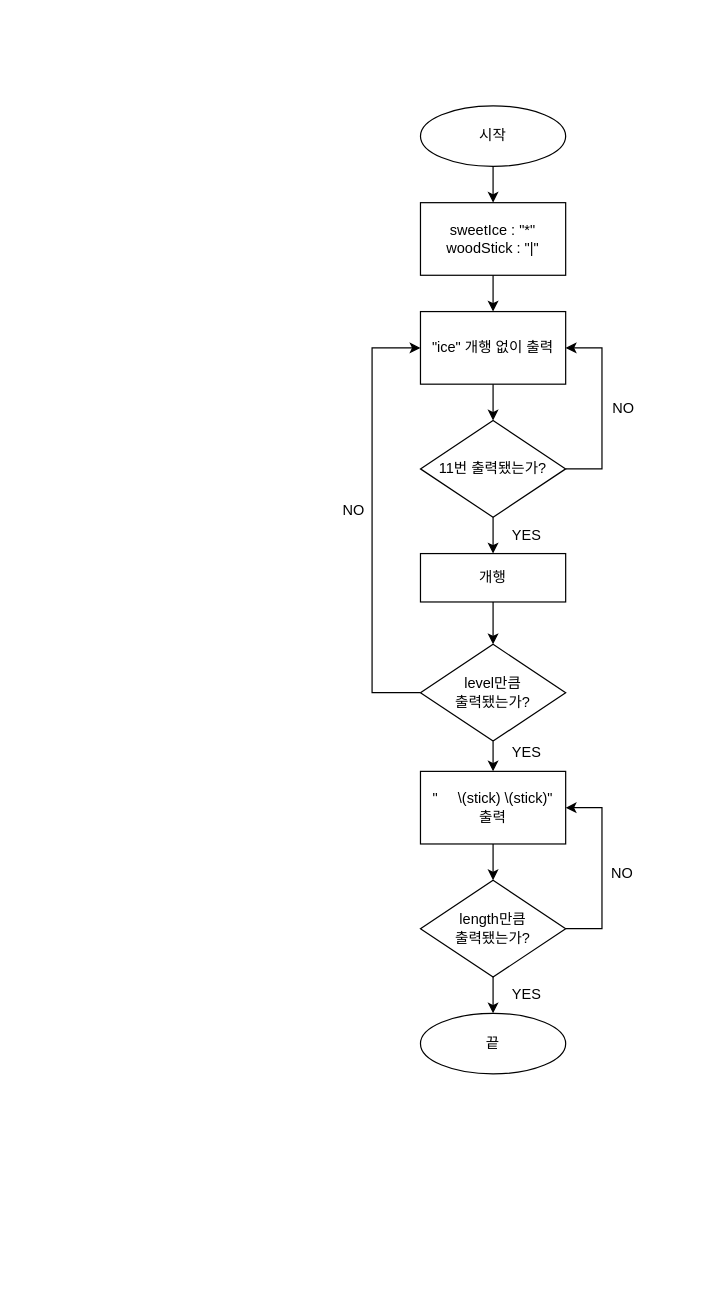
Before: Round1_Step2_FlowChart.drawio in yagom-academy/swift-starter-Round1, a draw.io diagram. Source tidied: cells renumbered, new cells numbered last; positions are measured from the earlier drawing's top-left corner, leaving out a move shared by most shapes. Both pictures are drawn from the tidied source at 121%, with x=0, y=0 at pixel (335, 105).
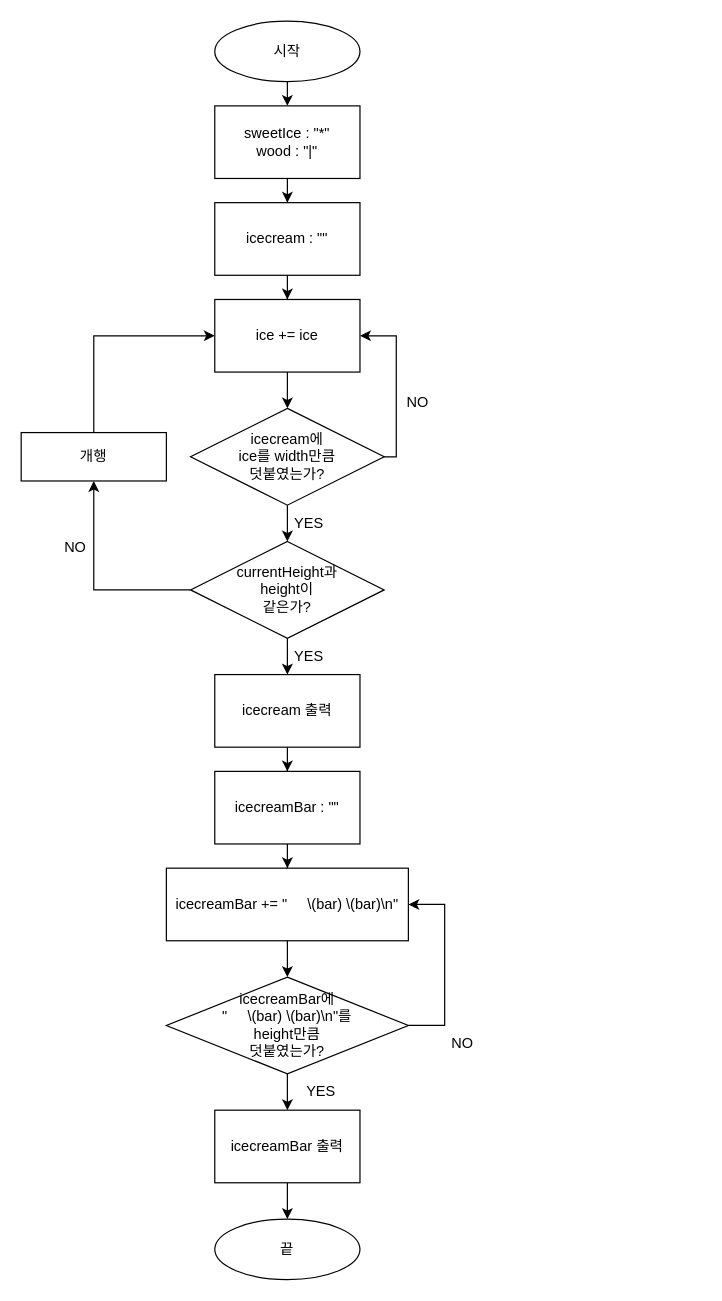
The same page after the edit.

Commit message (it also covers changes not shown here):
1. edit variables and functions names 2. use the urgument label 3. declare variables in function and print it once

What changed in the source:
```diff
@@
+    <mxCell id="28" style="edgeStyle=orthogonalEdgeStyle;rounded=0;jettySize=auto;html=1;" parent="1" edge="1" source="2" target="31">
+      <mxGeometry relative="1" as="geometry" />
+    </mxCell>
-    <mxCell id="2" value="sweetIce : &quot;*&quot;&lt;br&gt;woodStick : &quot;|&quot;" style="rounded=0;whiteSpace=wrap;html=1;" parent="1" vertex="1">
-      <mxGeometry x="70" y="80" width="120" height="60" as="geometry" />
+    <mxCell id="2" value="sweetIce : &quot;*&quot;&lt;br&gt;wood : &quot;|&quot;" style="rounded=0;whiteSpace=wrap;html=1;" parent="1" vertex="1">
+      <mxGeometry x="-100" width="120" height="60" as="geometry" />
     </mxCell>
-    <mxCell id="3" value="&quot;ice&quot; 개행 없이 출력" style="rounded=0;whiteSpace=wrap;html=1;" parent="1" vertex="1">
-      <mxGeometry x="70" y="170" width="120" height="60" as="geometry" />
+    <mxCell id="3" value="ice += ice" style="rounded=0;whiteSpace=wrap;html=1;" parent="1" vertex="1">
+      <mxGeometry x="-100" y="160" width="120" height="60" as="geometry" />
     </mxCell>
-    <mxCell id="4" style="endArrow=classic;html=1;rounded=0;exitX=0.5;exitY=1;exitDx=0;exitDy=0;" parent="1" edge="1" source="2">
-      <mxGeometry relative="1" as="geometry">
-        <mxPoint x="130" y="170" as="targetPoint" />
-      </mxGeometry>
-    </mxCell>
     <mxCell id="5" style="edgeStyle=orthogonalEdgeStyle;rounded=0;jettySize=auto;html=1;entryX=1;entryY=0.5;entryDx=0;entryDy=0;" parent="1" edge="1" source="6" target="3">
       <mxGeometry relative="1" as="geometry">
         <Array as="points">
-          <mxPoint x="220" y="300" />
-          <mxPoint x="220" y="200" />
+          <mxPoint x="50" y="290" />
+          <mxPoint x="50" y="190" />
         </Array>
       </mxGeometry>
     </mxCell>
-    <mxCell id="6" value="11번 출력됐는가?" style="rhombus;whiteSpace=wrap;html=1;" parent="1" vertex="1">
-      <mxGeometry x="70" y="260" width="120" height="80" as="geometry" />
+    <mxCell id="6" value="icecream에&lt;br&gt;ice를 width만큼&lt;br&gt;덧붙였는가?" style="rhombus;whiteSpace=wrap;html=1;" parent="1" vertex="1">
+      <mxGeometry x="-120" y="250" width="160" height="80" as="geometry" />
     </mxCell>
@@
     <mxCell id="8" value="개행" style="rounded=0;whiteSpace=wrap;html=1;" parent="1" vertex="1">
-      <mxGeometry x="70" y="370" width="120" height="40" as="geometry" />
+      <mxGeometry x="-260" y="270" width="120" height="40" as="geometry" />
     </mxCell>
-    <mxCell id="9" style="edgeStyle=orthogonalEdgeStyle;rounded=0;jettySize=auto;html=1;entryX=0;entryY=0.5;entryDx=0;entryDy=0;" parent="1" edge="1" source="10" target="3">
+    <mxCell id="9" style="edgeStyle=orthogonalEdgeStyle;rounded=0;jettySize=auto;html=1;exitX=0.5;exitY=0;exitDx=0;exitDy=0;" parent="1" edge="1" source="8">
       <mxGeometry relative="1" as="geometry">
+        <mxPoint x="-100" y="190" as="targetPoint" />
         <Array as="points">
-          <mxPoint x="30" y="485" />
-          <mxPoint x="30" y="200" />
+          <mxPoint x="-200" y="190" />
         </Array>
       </mxGeometry>
     </mxCell>
-    <mxCell id="10" value="level만큼 &lt;br&gt;출력됐는가?" style="rhombus;whiteSpace=wrap;html=1;" parent="1" vertex="1">
-      <mxGeometry x="70" y="445" width="120" height="80" as="geometry" />
-    </mxCell>
-    <mxCell id="11" style="endArrow=classic;html=1;rounded=0;exitX=0.5;exitY=1;exitDx=0;exitDy=0;" parent="1" edge="1" source="6" target="8">
+    <mxCell id="11" style="endArrow=classic;html=1;rounded=0;exitX=0.5;exitY=1;exitDx=0;exitDy=0;entryX=0.5;entryY=0;entryDx=0;entryDy=0;" parent="1" edge="1" source="6" target="34">
       <mxGeometry relative="1" as="geometry" />
     </mxCell>
-    <mxCell id="12" style="endArrow=classic;html=1;rounded=0;exitX=0.5;exitY=1;exitDx=0;exitDy=0;entryX=0.5;entryY=0;entryDx=0;entryDy=0;" parent="1" edge="1" source="8" target="10">
-      <mxGeometry relative="1" as="geometry" />
-    </mxCell>
-    <mxCell id="13" value="&quot;&amp;nbsp; &amp;nbsp; &amp;nbsp;&lt;span style=&quot;color: rgb(196, 26, 22);&quot; class=&quot;s1&quot;&gt;&lt;/span&gt;\(stick)&lt;span style=&quot;&quot; class=&quot;s1&quot;&gt; &lt;/span&gt;\(stick)&lt;span style=&quot;&quot; class=&quot;s1&quot;&gt;&quot; &lt;br&gt;출력&lt;/span&gt;" style="rounded=0;whiteSpace=wrap;html=1;" parent="1" vertex="1">
-      <mxGeometry x="70" y="550" width="120" height="60" as="geometry" />
+    <mxCell id="13" value="icecreamBar += &quot;&amp;nbsp; &amp;nbsp; &amp;nbsp;&lt;span style=&quot;color: rgb(196, 26, 22);&quot; class=&quot;s1&quot;&gt;&lt;/span&gt;\(bar)&lt;span style=&quot;&quot; class=&quot;s1&quot;&gt; &lt;/span&gt;\(bar)\n&lt;span style=&quot;&quot; class=&quot;s1&quot;&gt;&quot;&lt;br&gt;&lt;/span&gt;" style="rounded=0;whiteSpace=wrap;html=1;" parent="1" vertex="1">
+      <mxGeometry x="-140" y="630" width="200" height="60" as="geometry" />
     </mxCell>
     <mxCell id="14" style="edgeStyle=orthogonalEdgeStyle;rounded=0;jettySize=auto;html=1;entryX=1;entryY=0.5;entryDx=0;entryDy=0;" parent="1" edge="1" source="15" target="13">
       <mxGeometry relative="1" as="geometry">
         <Array as="points">
-          <mxPoint x="220" y="680" />
-          <mxPoint x="220" y="580" />
+          <mxPoint x="90" y="760" />
+          <mxPoint x="90" y="660" />
         </Array>
       </mxGeometry>
     </mxCell>
+    <mxCell id="29" style="edgeStyle=orthogonalEdgeStyle;rounded=0;jettySize=auto;html=1;" parent="1" edge="1" source="15" target="42">
+      <mxGeometry relative="1" as="geometry" />
+    </mxCell>
-    <mxCell id="15" value="length만큼&lt;br&gt;출력됐는가?" style="rhombus;whiteSpace=wrap;html=1;" parent="1" vertex="1">
-      <mxGeometry x="70" y="640" width="120" height="80" as="geometry" />
+    <mxCell id="15" value="icecreamBar에&lt;br&gt;&quot;&amp;nbsp; &amp;nbsp; &amp;nbsp;\(bar)&lt;span style=&quot;border-color: var(--border-color);&quot; class=&quot;s1&quot;&gt;&amp;nbsp;&lt;/span&gt;\(bar)\n&lt;span style=&quot;border-color: var(--border-color);&quot; class=&quot;s1&quot;&gt;&quot;를&lt;br&gt;&lt;/span&gt;height만큼&lt;br&gt;덧붙였는가?" style="rhombus;whiteSpace=wrap;html=1;" parent="1" vertex="1">
+      <mxGeometry x="-140" y="720" width="200" height="80" as="geometry" />
     </mxCell>
-    <mxCell id="16" style="endArrow=classic;html=1;rounded=0;exitX=0.5;exitY=1;exitDx=0;exitDy=0;entryX=0.5;entryY=0;entryDx=0;entryDy=0;" parent="1" edge="1" source="10" target="13">
-      <mxGeometry relative="1" as="geometry" />
-    </mxCell>
@@
     <mxCell id="18" value="시작" style="ellipse;whiteSpace=wrap;html=1;" parent="1" vertex="1">
-      <mxGeometry x="70" width="120" height="50" as="geometry" />
+      <mxGeometry x="-100" y="-70" width="120" height="50" as="geometry" />
     </mxCell>
-    <mxCell id="19" value="끝" style="ellipse;whiteSpace=wrap;html=1;" parent="1" vertex="1">
-      <mxGeometry x="70" y="750" width="120" height="50" as="geometry" />
-    </mxCell>
-    <mxCell id="20" style="endArrow=classic;html=1;rounded=0;exitX=0.5;exitY=1;exitDx=0;exitDy=0;entryX=0.5;entryY=0;entryDx=0;entryDy=0;" parent="1" edge="1" source="15" target="19">
-      <mxGeometry relative="1" as="geometry" />
-    </mxCell>
@@
-    <mxCell id="22" value="YES" style="text;strokeColor=none;fillColor=none;align=left;verticalAlign=middle;spacingLeft=4;spacingRight=4;overflow=hidden;whiteSpace=wrap;html=1;" parent="1" vertex="1">
-      <mxGeometry x="140" y="340" width="80" height="30" as="geometry" />
-    </mxCell>
     <mxCell id="23" value="NO" style="text;strokeColor=none;fillColor=none;align=left;verticalAlign=middle;spacingLeft=4;spacingRight=4;overflow=hidden;whiteSpace=wrap;html=1;" parent="1" vertex="1">
-      <mxGeometry x="223" y="235" width="80" height="30" as="geometry" />
+      <mxGeometry x="53" y="230" width="80" height="30" as="geometry" />
     </mxCell>
-    <mxCell id="24" value="YES" style="text;strokeColor=none;fillColor=none;align=left;verticalAlign=middle;spacingLeft=4;spacingRight=4;overflow=hidden;whiteSpace=wrap;html=1;" parent="1" vertex="1">
-      <mxGeometry x="140" y="520" width="80" height="30" as="geometry" />
-    </mxCell>
     <mxCell id="25" value="NO" style="text;strokeColor=none;fillColor=none;align=left;verticalAlign=middle;spacingLeft=4;spacingRight=4;overflow=hidden;whiteSpace=wrap;html=1;" parent="1" vertex="1">
-      <mxGeometry y="320" width="80" height="30" as="geometry" />
+      <mxGeometry x="-230" y="350" width="80" height="30" as="geometry" />
     </mxCell>
     <mxCell id="26" value="YES" style="text;strokeColor=none;fillColor=none;align=left;verticalAlign=middle;spacingLeft=4;spacingRight=4;overflow=hidden;whiteSpace=wrap;html=1;" parent="1" vertex="1">
-      <mxGeometry x="140" y="720" width="80" height="30" as="geometry" />
+      <mxGeometry x="-30" y="800" width="80" height="30" as="geometry" />
     </mxCell>
     <mxCell id="27" value="NO" style="text;strokeColor=none;fillColor=none;align=left;verticalAlign=middle;spacingLeft=4;spacingRight=4;overflow=hidden;whiteSpace=wrap;html=1;" parent="1" vertex="1">
-      <mxGeometry x="222" y="620" width="80" height="30" as="geometry" />
+      <mxGeometry x="90" y="760" width="80" height="30" as="geometry" />
     </mxCell>
+    <mxCell id="30" style="edgeStyle=orthogonalEdgeStyle;rounded=0;jettySize=auto;html=1;entryX=0.5;entryY=0;entryDx=0;entryDy=0;" parent="1" edge="1" source="31" target="3">
+      <mxGeometry relative="1" as="geometry" />
+    </mxCell>
+    <mxCell id="31" value="icecream : &quot;&quot;" style="whiteSpace=wrap;html=1;rounded=0;" parent="1" vertex="1">
+      <mxGeometry x="-100" y="80" width="120" height="60" as="geometry" />
+    </mxCell>
+    <mxCell id="32" style="edgeStyle=orthogonalEdgeStyle;rounded=0;jettySize=auto;html=1;entryX=0.5;entryY=1;entryDx=0;entryDy=0;" parent="1" edge="1" source="34" target="8">
+      <mxGeometry relative="1" as="geometry" />
+    </mxCell>
+    <mxCell id="33" style="edgeStyle=orthogonalEdgeStyle;rounded=0;jettySize=auto;html=1;entryX=0.5;entryY=0;entryDx=0;entryDy=0;" parent="1" edge="1" source="34" target="38">
+      <mxGeometry relative="1" as="geometry" />
+    </mxCell>
+    <mxCell id="34" value="currentHeight과&lt;br&gt;height이&lt;br&gt;같은가?" style="rhombus;whiteSpace=wrap;html=1;" parent="1" vertex="1">
+      <mxGeometry x="-120" y="360" width="160" height="80" as="geometry" />
+    </mxCell>
+    <mxCell id="35" value="YES" style="text;strokeColor=none;fillColor=none;align=left;verticalAlign=middle;spacingLeft=4;spacingRight=4;overflow=hidden;whiteSpace=wrap;html=1;" parent="1" vertex="1">
+      <mxGeometry x="-40" y="440" width="80" height="30" as="geometry" />
+    </mxCell>
+    <mxCell id="36" value="YES" style="text;strokeColor=none;fillColor=none;align=left;verticalAlign=middle;spacingLeft=4;spacingRight=4;overflow=hidden;whiteSpace=wrap;html=1;" parent="1" vertex="1">
+      <mxGeometry x="-40" y="330" width="80" height="30" as="geometry" />
+    </mxCell>
+    <mxCell id="37" style="edgeStyle=orthogonalEdgeStyle;rounded=0;jettySize=auto;html=1;" parent="1" edge="1" source="38" target="40">
+      <mxGeometry relative="1" as="geometry" />
+    </mxCell>
+    <mxCell id="38" value="icecream 출력" style="rounded=0;whiteSpace=wrap;html=1;" parent="1" vertex="1">
+      <mxGeometry x="-100" y="470" width="120" height="60" as="geometry" />
+    </mxCell>
+    <mxCell id="39" style="edgeStyle=orthogonalEdgeStyle;rounded=0;jettySize=auto;html=1;entryX=0.5;entryY=0;entryDx=0;entryDy=0;" parent="1" edge="1" source="40" target="13">
+      <mxGeometry relative="1" as="geometry" />
+    </mxCell>
+    <mxCell id="40" value="icecreamBar : &quot;&quot;" style="whiteSpace=wrap;html=1;rounded=0;" parent="1" vertex="1">
+      <mxGeometry x="-100" y="550" width="120" height="60" as="geometry" />
+    </mxCell>
+    <mxCell id="19" value="끝" style="ellipse;whiteSpace=wrap;html=1;" parent="1" vertex="1">
+      <mxGeometry x="-100" y="920" width="120" height="50" as="geometry" />
+    </mxCell>
+    <mxCell id="41" style="edgeStyle=orthogonalEdgeStyle;rounded=0;jettySize=auto;html=1;entryX=0.5;entryY=0;entryDx=0;entryDy=0;" parent="1" edge="1" source="42" target="19">
+      <mxGeometry relative="1" as="geometry" />
+    </mxCell>
+    <mxCell id="42" value="icecreamBar 출력" style="whiteSpace=wrap;html=1;" parent="1" vertex="1">
+      <mxGeometry x="-100" y="830" width="120" height="60" as="geometry" />
+    </mxCell>
```
